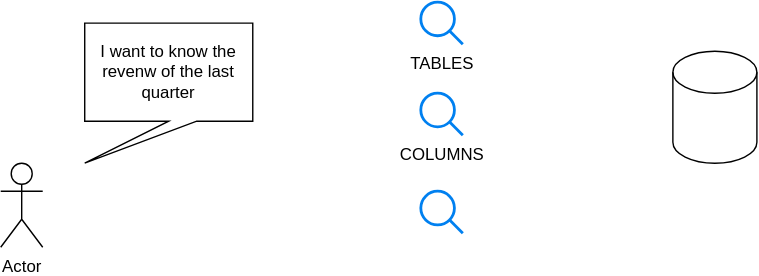
Above: img/arch.drawio.svg in D3f0/pycon-sql-llm (draw.io), before the change. Source tidied: cells renumbered, new cells last; positions are measured from the earlier drawing's top-left corner, leaving out a move shared by most shapes. Source of this version:
```xml
<mxGraphModel>
  <root>
    <mxCell id="0" />
    <mxCell id="1" parent="0" />
    <mxCell id="2" value="Actor" style="shape=umlActor;verticalLabelPosition=bottom;verticalAlign=top;html=1;" parent="1" vertex="1">
      <mxGeometry y="115" width="30" height="60" as="geometry" />
    </mxCell>
    <mxCell id="3" value="I want to know the&amp;nbsp;&lt;div&gt;revenw of the last&lt;/div&gt;&lt;div&gt;quarter&lt;/div&gt;" style="shape=callout;whiteSpace=wrap;html=1;perimeter=calloutPerimeter;position2=0;" parent="1" vertex="1">
      <mxGeometry x="60" y="15" width="120" height="100" as="geometry" />
    </mxCell>
    <mxCell id="4" value="TABLES" style="html=1;verticalLabelPosition=bottom;align=center;labelBackgroundColor=#ffffff;verticalAlign=top;strokeWidth=2;strokeColor=#0080F0;shadow=0;dashed=0;shape=mxgraph.ios7.icons.looking_glass;" parent="1" vertex="1">
      <mxGeometry x="300" width="30" height="30" as="geometry" />
    </mxCell>
    <mxCell id="5" value="COLUMNS&lt;span style=&quot;color: rgb(63, 63, 63); background-color: light-dark(rgb(255, 255, 255), rgb(18, 18, 18)); white-space-collapse: preserve;&quot;&gt;&#9;&lt;/span&gt;" style="html=1;verticalLabelPosition=bottom;align=center;labelBackgroundColor=#ffffff;verticalAlign=top;strokeWidth=2;strokeColor=#0080F0;shadow=0;dashed=0;shape=mxgraph.ios7.icons.looking_glass;" parent="1" vertex="1">
      <mxGeometry x="300" y="65" width="30" height="30" as="geometry" />
    </mxCell>
    <mxCell id="6" style="html=1;verticalLabelPosition=bottom;align=center;labelBackgroundColor=#ffffff;verticalAlign=top;strokeWidth=2;strokeColor=#0080F0;shadow=0;dashed=0;shape=mxgraph.ios7.icons.looking_glass;" parent="1" vertex="1">
      <mxGeometry x="300" y="135" width="30" height="30" as="geometry" />
    </mxCell>
    <mxCell id="7" style="shape=cylinder3;whiteSpace=wrap;html=1;boundedLbl=1;backgroundOutline=1;size=15;" parent="1" vertex="1">
      <mxGeometry x="480" y="35" width="60" height="80" as="geometry" />
    </mxCell>
  </root>
</mxGraphModel>
```
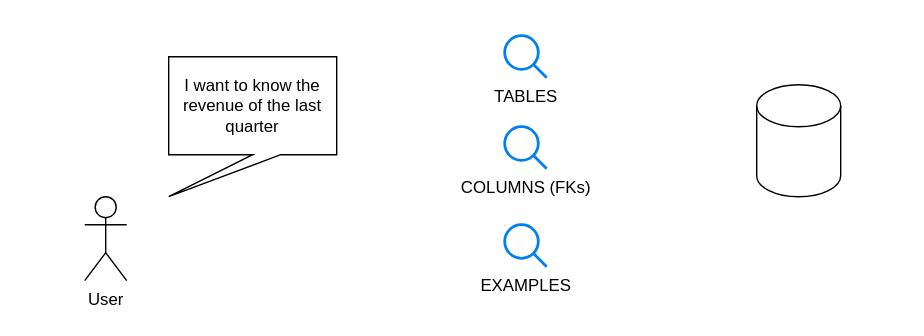
Later version of the same file.

The edit, as a diff of the source:
```diff
@@ -2,19 +2,22 @@
   <root>
     <mxCell id="0" />
     <mxCell id="1" parent="0" />
+    <mxCell id="8" style="rounded=0;whiteSpace=wrap;html=1;strokeColor=none;" parent="1" vertex="1">
+      <mxGeometry x="-60" y="-25" width="660" height="240" as="geometry" />
+    </mxCell>
-    <mxCell id="2" value="Actor" style="shape=umlActor;verticalLabelPosition=bottom;verticalAlign=top;html=1;" parent="1" vertex="1">
+    <mxCell id="2" value="User" style="shape=umlActor;verticalLabelPosition=bottom;verticalAlign=top;html=1;" parent="1" vertex="1">
       <mxGeometry y="115" width="30" height="60" as="geometry" />
     </mxCell>
-    <mxCell id="3" value="I want to know the&amp;nbsp;&lt;div&gt;revenw of the last&lt;/div&gt;&lt;div&gt;quarter&lt;/div&gt;" style="shape=callout;whiteSpace=wrap;html=1;perimeter=calloutPerimeter;position2=0;" parent="1" vertex="1">
+    <mxCell id="3" value="I want to know the&amp;nbsp;&lt;div&gt;revenue of the last&lt;/div&gt;&lt;div&gt;quarter&lt;/div&gt;" style="shape=callout;whiteSpace=wrap;html=1;perimeter=calloutPerimeter;position2=0;" parent="1" vertex="1">
       <mxGeometry x="60" y="15" width="120" height="100" as="geometry" />
     </mxCell>
     <mxCell id="4" value="TABLES" style="html=1;verticalLabelPosition=bottom;align=center;labelBackgroundColor=#ffffff;verticalAlign=top;strokeWidth=2;strokeColor=#0080F0;shadow=0;dashed=0;shape=mxgraph.ios7.icons.looking_glass;" parent="1" vertex="1">
       <mxGeometry x="300" width="30" height="30" as="geometry" />
     </mxCell>
-    <mxCell id="5" value="COLUMNS&lt;span style=&quot;color: rgb(63, 63, 63); background-color: light-dark(rgb(255, 255, 255), rgb(18, 18, 18)); white-space-collapse: preserve;&quot;&gt;&#9;&lt;/span&gt;" style="html=1;verticalLabelPosition=bottom;align=center;labelBackgroundColor=#ffffff;verticalAlign=top;strokeWidth=2;strokeColor=#0080F0;shadow=0;dashed=0;shape=mxgraph.ios7.icons.looking_glass;" parent="1" vertex="1">
+    <mxCell id="5" value="COLUMNS (FKs)" style="html=1;verticalLabelPosition=bottom;align=center;labelBackgroundColor=#ffffff;verticalAlign=top;strokeWidth=2;strokeColor=#0080F0;shadow=0;dashed=0;shape=mxgraph.ios7.icons.looking_glass;" parent="1" vertex="1">
       <mxGeometry x="300" y="65" width="30" height="30" as="geometry" />
     </mxCell>
-    <mxCell id="6" style="html=1;verticalLabelPosition=bottom;align=center;labelBackgroundColor=#ffffff;verticalAlign=top;strokeWidth=2;strokeColor=#0080F0;shadow=0;dashed=0;shape=mxgraph.ios7.icons.looking_glass;" parent="1" vertex="1">
+    <mxCell id="6" value="EXAMPLES" style="html=1;verticalLabelPosition=bottom;align=center;labelBackgroundColor=#ffffff;verticalAlign=top;strokeWidth=2;strokeColor=#0080F0;shadow=0;dashed=0;shape=mxgraph.ios7.icons.looking_glass;" parent="1" vertex="1">
       <mxGeometry x="300" y="135" width="30" height="30" as="geometry" />
     </mxCell>
     <mxCell id="7" style="shape=cylinder3;whiteSpace=wrap;html=1;boundedLbl=1;backgroundOutline=1;size=15;" parent="1" vertex="1">
```
